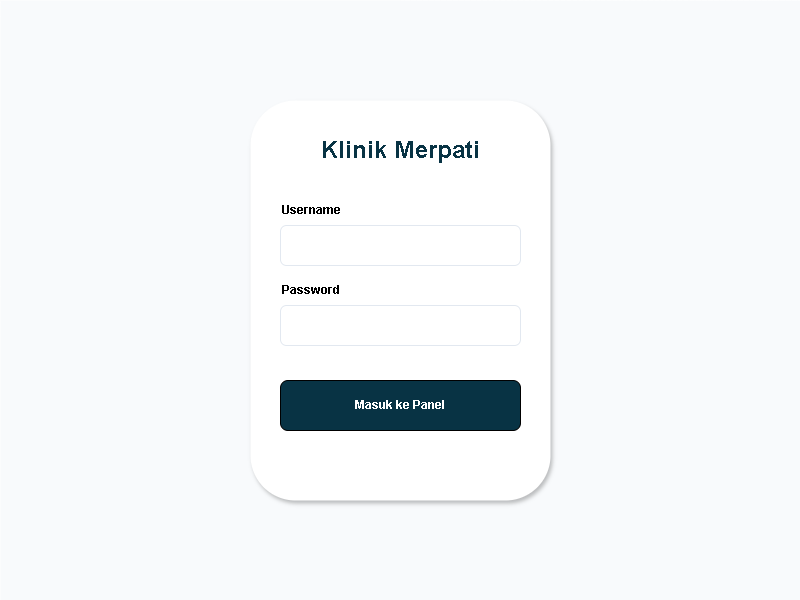
The draw.io diagram diagram/desain/admin_login.png in Jinsky/Jinsky, before a commit. Source tidied: cells renumbered, new cells last; positions are measured from the earlier drawing's top-left corner, leaving out a move shared by most shapes. Its diagram source:
```xml
<mxGraphModel>
  <root>
    <mxCell id="0" />
    <mxCell id="1" parent="0" />
    <mxCell id="2" style="rounded=0;whiteSpace=wrap;html=1;fillColor=#f8fafc;strokeColor=none;" parent="1" vertex="1">
      <mxGeometry width="800" height="600" as="geometry" />
    </mxCell>
    <mxCell id="3" style="rounded=0;whiteSpace=wrap;html=1;fillColor=#ffffff;rounded=1;shadow=1;strokeColor=none;" parent="1" vertex="1">
      <mxGeometry x="250" y="100" width="300" height="400" as="geometry" />
    </mxCell>
    <mxCell id="4" value="&lt;b&gt;Klinik Merpati&lt;/b&gt;" style="text;html=1;strokeColor=none;fillColor=none;align=left;verticalAlign=middle;whiteSpace=wrap;rounded=0;align=center;fontSize=24;fontColor=#083344;" parent="1" vertex="1">
      <mxGeometry x="250" y="130" width="300" height="40" as="geometry" />
    </mxCell>
    <mxCell id="5" value="Username" style="text;html=1;strokeColor=none;fillColor=none;align=left;verticalAlign=middle;whiteSpace=wrap;rounded=0;fontStyle=1;fontSize=12;" parent="1" vertex="1">
      <mxGeometry x="280" y="200" width="240" height="20" as="geometry" />
    </mxCell>
    <mxCell id="6" style="rounded=0;whiteSpace=wrap;html=1;fillColor=#ffffff;rounded=1;strokeColor=#e2e8f0;" parent="1" vertex="1">
      <mxGeometry x="280" y="225" width="240" height="40" as="geometry" />
    </mxCell>
    <mxCell id="7" value="Password" style="text;html=1;strokeColor=none;fillColor=none;align=left;verticalAlign=middle;whiteSpace=wrap;rounded=0;fontStyle=1;fontSize=12;" parent="1" vertex="1">
      <mxGeometry x="280" y="280" width="240" height="20" as="geometry" />
    </mxCell>
    <mxCell id="8" style="rounded=0;whiteSpace=wrap;html=1;fillColor=#ffffff;rounded=1;strokeColor=#e2e8f0;" parent="1" vertex="1">
      <mxGeometry x="280" y="305" width="240" height="40" as="geometry" />
    </mxCell>
    <mxCell id="9" value="Masuk ke Panel" style="rounded=0;whiteSpace=wrap;html=1;fillColor=#083344;fontColor=#ffffff;rounded=1;fontStyle=1;" parent="1" vertex="1">
      <mxGeometry x="280" y="380" width="240" height="50" as="geometry" />
    </mxCell>
  </root>
</mxGraphModel>
```
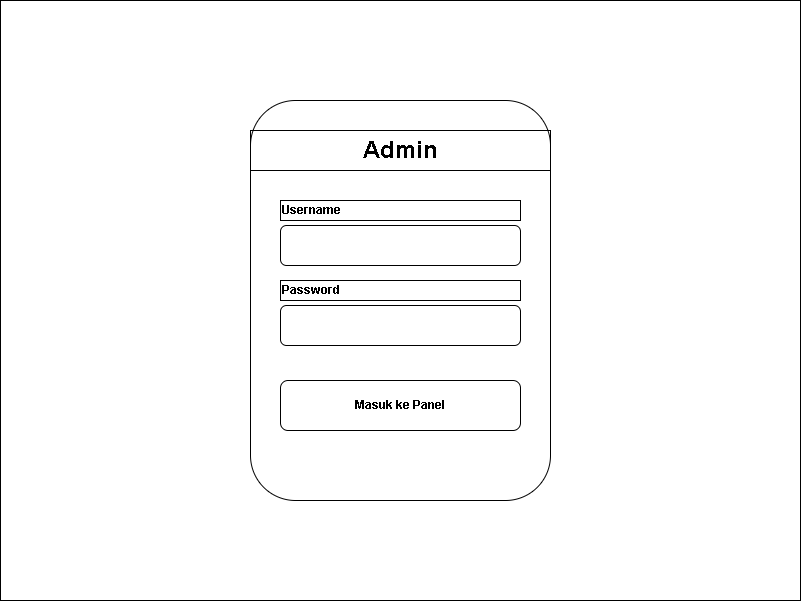
After the change.

Change to the diagram source:
```diff
@@ -2,28 +2,28 @@
   <root>
     <mxCell id="0" />
     <mxCell id="1" parent="0" />
-    <mxCell id="2" style="rounded=0;whiteSpace=wrap;html=1;fillColor=#f8fafc;strokeColor=none;" parent="1" vertex="1">
+    <mxCell id="2" style="rounded=0;whiteSpace=wrap;html=1;fillColor=#ffffff;strokeColor=#000000;fontColor=#000000;" parent="1" vertex="1">
       <mxGeometry width="800" height="600" as="geometry" />
     </mxCell>
-    <mxCell id="3" style="rounded=0;whiteSpace=wrap;html=1;fillColor=#ffffff;rounded=1;shadow=1;strokeColor=none;" parent="1" vertex="1">
+    <mxCell id="3" style="rounded=1;whiteSpace=wrap;html=1;fillColor=#ffffff;strokeColor=#000000;fontColor=#000000;" parent="1" vertex="1">
       <mxGeometry x="250" y="100" width="300" height="400" as="geometry" />
     </mxCell>
-    <mxCell id="4" value="&lt;b&gt;Klinik Merpati&lt;/b&gt;" style="text;html=1;strokeColor=none;fillColor=none;align=left;verticalAlign=middle;whiteSpace=wrap;rounded=0;align=center;fontSize=24;fontColor=#083344;" parent="1" vertex="1">
+    <mxCell id="4" value="&lt;b&gt;Admin&lt;/b&gt;" style="text;html=1;strokeColor=#000000;fillColor=none;align=center;verticalAlign=middle;whiteSpace=wrap;rounded=0;fontSize=24;fontColor=#000000;" parent="1" vertex="1">
       <mxGeometry x="250" y="130" width="300" height="40" as="geometry" />
     </mxCell>
-    <mxCell id="5" value="Username" style="text;html=1;strokeColor=none;fillColor=none;align=left;verticalAlign=middle;whiteSpace=wrap;rounded=0;fontStyle=1;fontSize=12;" parent="1" vertex="1">
+    <mxCell id="5" value="Username" style="text;html=1;strokeColor=#000000;fillColor=none;align=left;verticalAlign=middle;whiteSpace=wrap;rounded=0;fontStyle=1;fontSize=12;fontColor=#000000;" parent="1" vertex="1">
       <mxGeometry x="280" y="200" width="240" height="20" as="geometry" />
     </mxCell>
-    <mxCell id="6" style="rounded=0;whiteSpace=wrap;html=1;fillColor=#ffffff;rounded=1;strokeColor=#e2e8f0;" parent="1" vertex="1">
+    <mxCell id="6" style="rounded=1;whiteSpace=wrap;html=1;fillColor=#ffffff;strokeColor=#000000;fontColor=#000000;" parent="1" vertex="1">
       <mxGeometry x="280" y="225" width="240" height="40" as="geometry" />
     </mxCell>
-    <mxCell id="7" value="Password" style="text;html=1;strokeColor=none;fillColor=none;align=left;verticalAlign=middle;whiteSpace=wrap;rounded=0;fontStyle=1;fontSize=12;" parent="1" vertex="1">
+    <mxCell id="7" value="Password" style="text;html=1;strokeColor=#000000;fillColor=none;align=left;verticalAlign=middle;whiteSpace=wrap;rounded=0;fontStyle=1;fontSize=12;fontColor=#000000;" parent="1" vertex="1">
       <mxGeometry x="280" y="280" width="240" height="20" as="geometry" />
     </mxCell>
-    <mxCell id="8" style="rounded=0;whiteSpace=wrap;html=1;fillColor=#ffffff;rounded=1;strokeColor=#e2e8f0;" parent="1" vertex="1">
+    <mxCell id="8" style="rounded=1;whiteSpace=wrap;html=1;fillColor=#ffffff;strokeColor=#000000;fontColor=#000000;" parent="1" vertex="1">
       <mxGeometry x="280" y="305" width="240" height="40" as="geometry" />
     </mxCell>
-    <mxCell id="9" value="Masuk ke Panel" style="rounded=0;whiteSpace=wrap;html=1;fillColor=#083344;fontColor=#ffffff;rounded=1;fontStyle=1;" parent="1" vertex="1">
+    <mxCell id="9" value="Masuk ke Panel" style="rounded=1;whiteSpace=wrap;html=1;fillColor=#ffffff;fontColor=#000000;fontStyle=1;strokeColor=#000000;" parent="1" vertex="1">
       <mxGeometry x="280" y="380" width="240" height="50" as="geometry" />
     </mxCell>
   </root>
```
